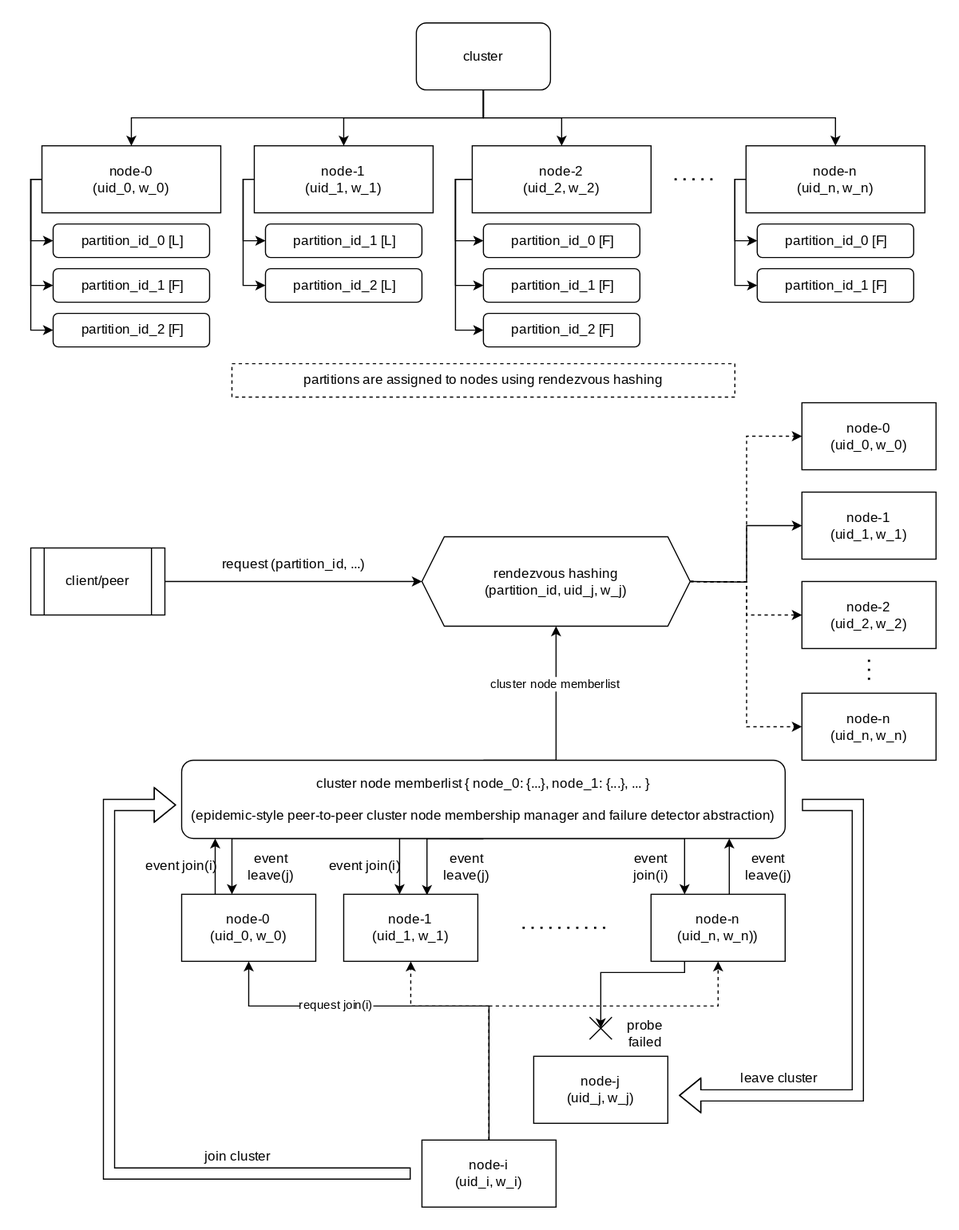
The draw.io diagram assets/diagrams/laminarmq-service-discovery-and-partition-distribution.svg in arindas/laminarmq, before a commit. Source tidied: cells renumbered, new cells last; positions are measured from the earlier drawing's top-left corner, leaving out a move shared by most shapes.
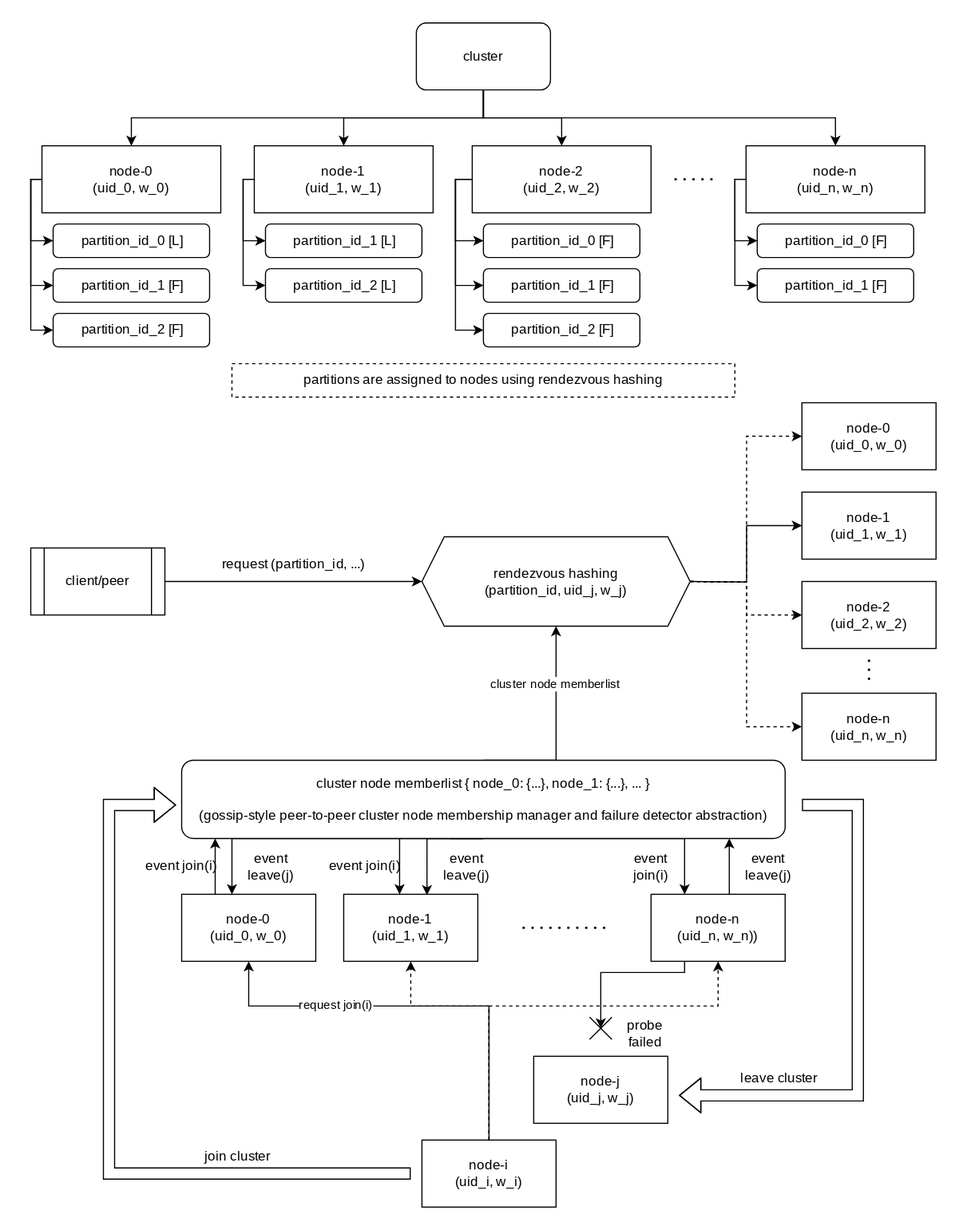
Later version of the same file.

Commit message:
fix: epidemic-style -> gossip-style

The edit, as a diff of the source:
```diff
@@ -46,7 +46,7 @@
         <mxPoint y="-1" as="offset" />
       </mxGeometry>
     </mxCell>
-    <mxCell id="8" value="&lt;div&gt;&lt;br&gt;&lt;/div&gt;&lt;div&gt;&lt;br&gt;&lt;/div&gt;&lt;div&gt;&lt;font&gt;cluster node memberlist { node_0: {...}, node_1: {...}, ... }&lt;/font&gt;&lt;/div&gt;&lt;div&gt;&lt;font&gt;&lt;br&gt;&lt;/font&gt;&lt;/div&gt;&lt;div&gt;&lt;font&gt;(epidemic-style peer-to-peer cluster node membership manager and failure detector abstraction)&lt;/font&gt;&lt;/div&gt;&lt;div&gt;&lt;br&gt;&lt;/div&gt;&lt;div&gt;&lt;br&gt;&lt;/div&gt;" style="rounded=1;whiteSpace=wrap;html=1;fontFamily=JetBrains Mono;fontSource=https%3A%2F%2Ffonts.googleapis.com%2Fcss%3Ffamily%3DJetBrains%2BMono;" parent="1" vertex="1">
+    <mxCell id="8" value="&lt;div&gt;&lt;br&gt;&lt;/div&gt;&lt;div&gt;&lt;br&gt;&lt;/div&gt;&lt;div&gt;&lt;font&gt;cluster node memberlist { node_0: {...}, node_1: {...}, ... }&lt;/font&gt;&lt;/div&gt;&lt;div&gt;&lt;font&gt;&lt;br&gt;&lt;/font&gt;&lt;/div&gt;&lt;div&gt;&lt;font&gt;(gossip-style peer-to-peer cluster node membership manager and failure detector abstraction)&lt;/font&gt;&lt;/div&gt;&lt;div&gt;&lt;br&gt;&lt;/div&gt;&lt;div&gt;&lt;br&gt;&lt;/div&gt;" style="rounded=1;whiteSpace=wrap;html=1;fontFamily=JetBrains Mono;fontSource=https%3A%2F%2Ffonts.googleapis.com%2Fcss%3Ffamily%3DJetBrains%2BMono;" parent="1" vertex="1">
       <mxGeometry x="135" y="660" width="540" height="70" as="geometry" />
     </mxCell>
     <mxCell id="9" style="edgeStyle=orthogonalEdgeStyle;rounded=0;orthogonalLoop=1;jettySize=auto;html=1;exitX=0.5;exitY=0;exitDx=0;exitDy=0;fontFamily=JetBrains Mono;fontSource=https%3A%2F%2Ffonts.googleapis.com%2Fcss%3Ffamily%3DJetBrains%2BMono;" parent="1" edge="1">
```
